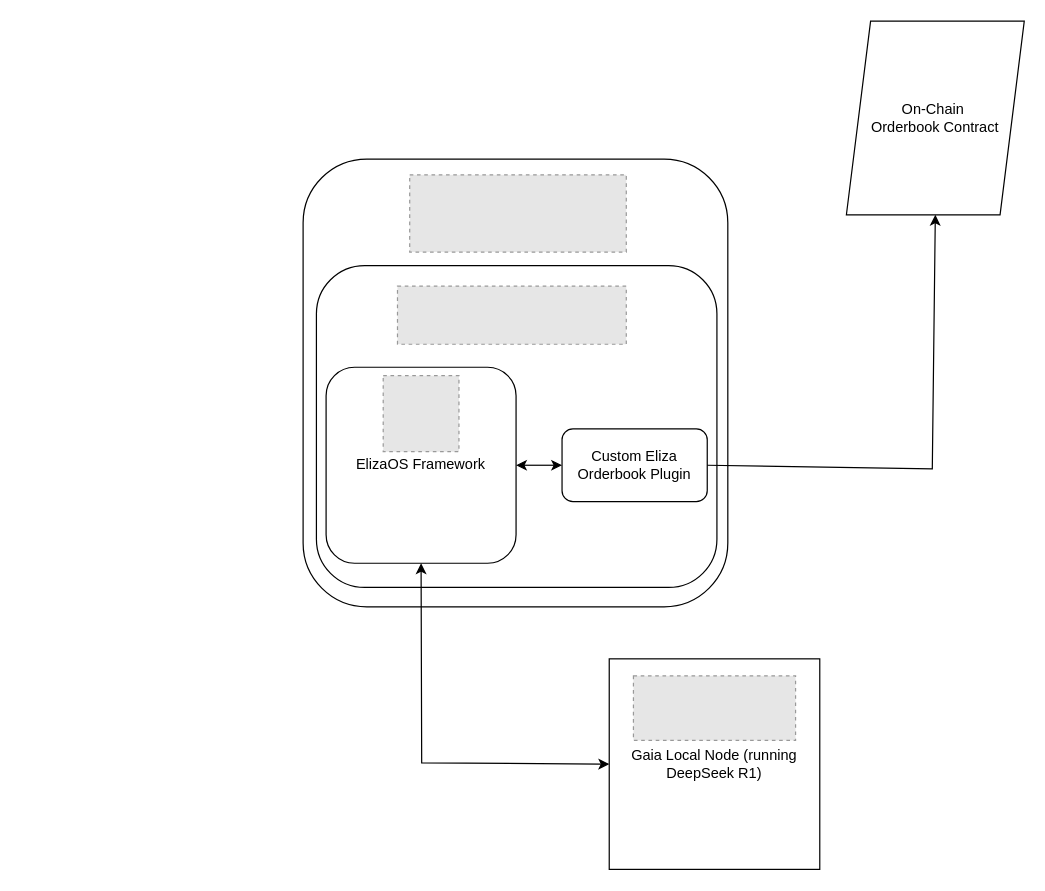
The draw.io diagram AI_Flow_chart.drawio in orderbook-avs/readme, before the edit. Source tidied: cells renumbered, new cells numbered last; positions are measured from the earlier drawing's top-left corner, leaving out a move shared by most shapes. Both pictures are drawn from the tidied source at 121%, with x=0, y=0 at pixel (302, 21). Pictures stored in the file or linked from it are replaced by grey dashed boxes.
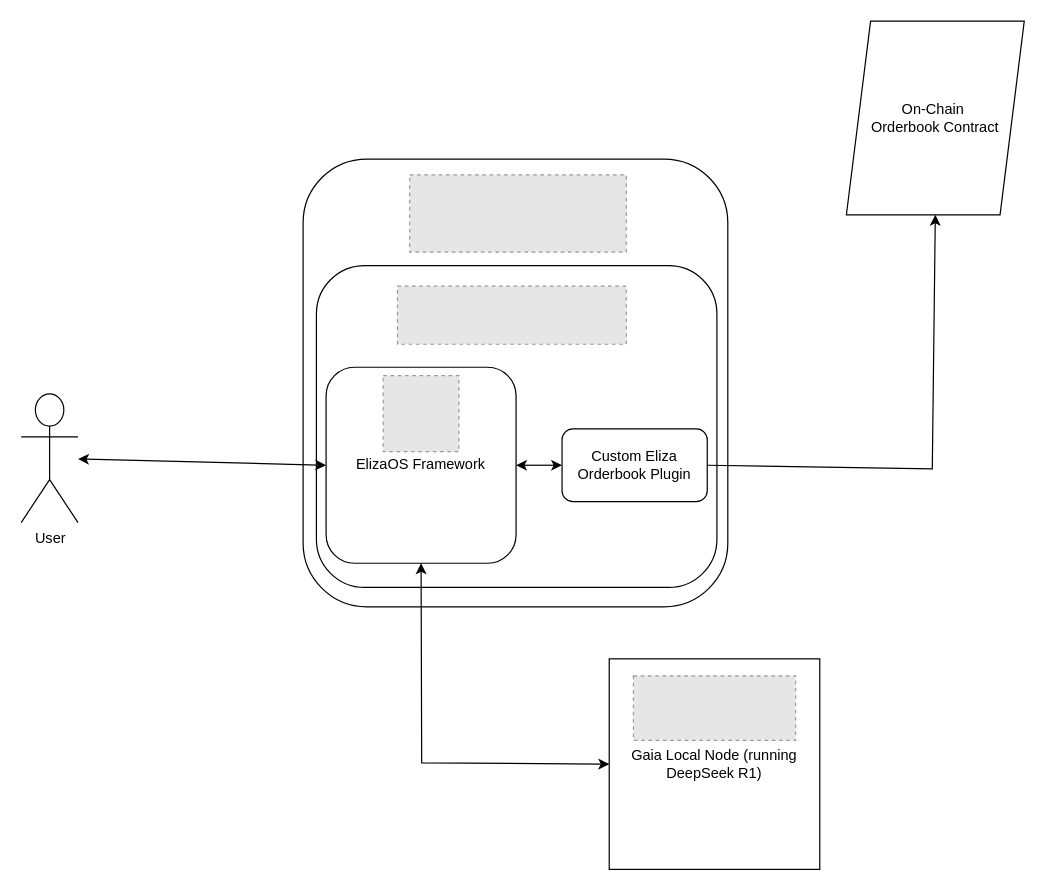
The same page after the edit.

Diff of the diagram source:
```diff
@@
 <mxGraphModel>
   <root>
     <mxCell id="0" />
     <mxCell id="1" parent="0" />
     <mxCell id="2" style="rounded=1;whiteSpace=wrap;html=1;" parent="1" vertex="1">
       <mxGeometry y="114" width="351" height="370" as="geometry" />
     </mxCell>
     <mxCell id="3" style="rounded=1;whiteSpace=wrap;html=1;" parent="1" vertex="1">
       <mxGeometry x="11" y="202" width="331" height="266" as="geometry" />
     </mxCell>
     <mxCell id="4" value="ElizaOS Framework" style="rounded=1;whiteSpace=wrap;html=1;" parent="1" vertex="1">
       <mxGeometry x="19" y="286" width="157" height="162" as="geometry" />
     </mxCell>
     <mxCell id="5" value="Custom Eliza Orderbook Plugin" style="rounded=1;whiteSpace=wrap;html=1;" parent="1" vertex="1">
       <mxGeometry x="214" y="337" width="120" height="60" as="geometry" />
     </mxCell>
     <mxCell id="6" style="endArrow=classic;html=1;rounded=0;exitX=1;exitY=0.5;exitDx=0;exitDy=0;entryX=0.5;entryY=1;entryDx=0;entryDy=0;" parent="1" edge="1" source="5" target="8">
       <mxGeometry relative="1" as="geometry">
         <Array as="points">
           <mxPoint x="520" y="370" />
         </Array>
       </mxGeometry>
     </mxCell>
     <mxCell id="7" style="endArrow=classic;startArrow=classic;html=1;rounded=0;exitX=1;exitY=0.5;exitDx=0;exitDy=0;entryX=0;entryY=0.5;entryDx=0;entryDy=0;" parent="1" edge="1" source="4" target="5">
       <mxGeometry relative="1" as="geometry" />
     </mxCell>
     <mxCell id="8" value="On-&lt;span style=&quot;background-color: transparent; color: light-dark(rgb(0, 0, 0), rgb(255, 255, 255));&quot;&gt;Chain&amp;nbsp;&lt;/span&gt;&lt;div&gt;&lt;span style=&quot;background-color: transparent; color: light-dark(rgb(0, 0, 0), rgb(255, 255, 255));&quot;&gt;Orderbook Contract&lt;/span&gt;&lt;/div&gt;" style="shape=parallelogram;perimeter=parallelogramPerimeter;whiteSpace=wrap;html=1;fixedSize=1;" parent="1" vertex="1">
       <mxGeometry x="449" width="147" height="160" as="geometry" />
     </mxCell>
     <mxCell id="9" style="endArrow=classic;startArrow=classic;html=1;rounded=0;entryX=0.5;entryY=1;entryDx=0;entryDy=0;exitX=0;exitY=0.5;exitDx=0;exitDy=0;" parent="1" edge="1" source="10" target="4">
       <mxGeometry relative="1" as="geometry">
         <Array as="points">
           <mxPoint x="98" y="613" />
         </Array>
       </mxGeometry>
     </mxCell>
     <mxCell id="10" value="Gaia Local Node (running DeepSeek R1)" style="whiteSpace=wrap;html=1;" parent="1" vertex="1">
       <mxGeometry x="253" y="527" width="174" height="174" as="geometry" />
     </mxCell>
     <mxCell id="11" style="fillColor=#E6E6E6;strokeColor=#999999;dashed=1;verticalLabelPosition=bottom;verticalAlign=top;" parent="1" vertex="1">
       <mxGeometry x="78" y="219" width="189.1" height="48" as="geometry" />
     </mxCell>
     <mxCell id="12" style="fillColor=#E6E6E6;strokeColor=#999999;dashed=1;verticalLabelPosition=bottom;verticalAlign=top;" parent="1" vertex="1">
       <mxGeometry x="66.2" y="293" width="62.6" height="62.8" as="geometry" />
     </mxCell>
     <mxCell id="13" style="fillColor=#E6E6E6;strokeColor=#999999;dashed=1;verticalLabelPosition=bottom;verticalAlign=top;" parent="1" vertex="1">
       <mxGeometry x="88.1" y="127" width="179" height="63.8" as="geometry" />
     </mxCell>
     <mxCell id="14" style="fillColor=#E6E6E6;strokeColor=#999999;dashed=1;verticalLabelPosition=bottom;verticalAlign=top;" parent="1" vertex="1">
       <mxGeometry x="273" y="541" width="134" height="53.4" as="geometry" />
     </mxCell>
+    <mxCell id="15" value="User" style="shape=umlActor;verticalLabelPosition=bottom;verticalAlign=top;html=1;outlineConnect=0;" parent="1" vertex="1">
+      <mxGeometry x="-233" y="308" width="47" height="106.4" as="geometry" />
+    </mxCell>
+    <mxCell id="16" style="endArrow=classic;startArrow=classic;html=1;rounded=0;entryX=0;entryY=0.5;entryDx=0;entryDy=0;" parent="1" edge="1" source="15" target="4">
+      <mxGeometry relative="1" as="geometry" />
+    </mxCell>
   </root>
 </mxGraphModel>
```
